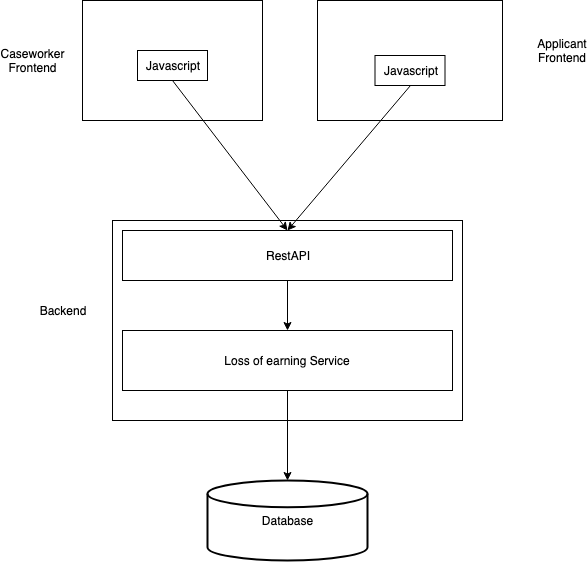
Above: img/architecture-model.png in silvanadrian/SE2019-Project (draw.io), before the change. Source tidied: cells renumbered, new cells last; positions are measured from the earlier drawing's top-left corner, leaving out a move shared by most shapes. Its diagram source:
```xml
<mxGraphModel>
  <root>
    <mxCell id="0" />
    <mxCell id="1" parent="0" />
    <mxCell id="2" style="rounded=0;whiteSpace=wrap;html=1;" parent="1" vertex="1">
      <mxGeometry x="100" y="220" width="350" height="200" as="geometry" />
    </mxCell>
    <mxCell id="3" value="Backend" style="text;html=1;strokeColor=none;fillColor=none;align=center;verticalAlign=middle;whiteSpace=wrap;rounded=0;" parent="1" vertex="1">
      <mxGeometry x="30" y="300" width="40" height="20" as="geometry" />
    </mxCell>
    <mxCell id="4" style="rounded=0;whiteSpace=wrap;html=1;" parent="1" vertex="1">
      <mxGeometry x="70" width="180" height="120" as="geometry" />
    </mxCell>
    <mxCell id="5" style="rounded=0;whiteSpace=wrap;html=1;" parent="1" vertex="1">
      <mxGeometry x="305" width="185" height="120" as="geometry" />
    </mxCell>
    <mxCell id="6" value="Caseworker&lt;br&gt;Frontend&lt;br&gt;" style="text;html=1;strokeColor=none;fillColor=none;align=center;verticalAlign=middle;whiteSpace=wrap;rounded=0;" parent="1" vertex="1">
      <mxGeometry y="50" width="40" height="20" as="geometry" />
    </mxCell>
    <mxCell id="7" value="Applicant&lt;br&gt;Frontend&lt;br&gt;" style="text;html=1;strokeColor=none;fillColor=none;align=center;verticalAlign=middle;whiteSpace=wrap;rounded=0;" parent="1" vertex="1">
      <mxGeometry x="530" y="40" width="40" height="20" as="geometry" />
    </mxCell>
    <mxCell id="8" value="RestAPI" style="rounded=0;whiteSpace=wrap;html=1;" parent="1" vertex="1">
      <mxGeometry x="110" y="230" width="330" height="50" as="geometry" />
    </mxCell>
    <mxCell id="9" value="Database" style="strokeWidth=2;html=1;shape=mxgraph.flowchart.database;whiteSpace=wrap;" parent="1" vertex="1">
      <mxGeometry x="195" y="480" width="160" height="80" as="geometry" />
    </mxCell>
    <mxCell id="10" value="Loss of earning Service" style="rounded=0;whiteSpace=wrap;html=1;" parent="1" vertex="1">
      <mxGeometry x="110" y="330" width="330" height="60" as="geometry" />
    </mxCell>
    <mxCell id="11" style="endArrow=classic;html=1;exitX=0.5;exitY=1;exitDx=0;exitDy=0;entryX=0.5;entryY=0;entryDx=0;entryDy=0;entryPerimeter=0;" parent="1" edge="1" source="10" target="9">
      <mxGeometry relative="1" as="geometry" />
    </mxCell>
    <mxCell id="12" style="endArrow=classic;html=1;exitX=0.5;exitY=1;exitDx=0;exitDy=0;entryX=0.5;entryY=0;entryDx=0;entryDy=0;" parent="1" edge="1" source="8" target="10">
      <mxGeometry relative="1" as="geometry" />
    </mxCell>
    <mxCell id="13" style="endArrow=classic;html=1;entryX=0.5;entryY=0;entryDx=0;entryDy=0;exitX=0.5;exitY=1;exitDx=0;exitDy=0;" parent="1" edge="1" source="15" target="8">
      <mxGeometry relative="1" as="geometry" />
    </mxCell>
    <mxCell id="14" style="endArrow=classic;html=1;exitX=0.5;exitY=1;exitDx=0;exitDy=0;entryX=0.5;entryY=0;entryDx=0;entryDy=0;" parent="1" edge="1" source="16" target="8">
      <mxGeometry relative="1" as="geometry" />
    </mxCell>
    <mxCell id="15" value="Javascript" style="rounded=0;whiteSpace=wrap;html=1;" parent="1" vertex="1">
      <mxGeometry x="125" y="50" width="70" height="30" as="geometry" />
    </mxCell>
    <mxCell id="16" value="Javascript" style="rounded=0;whiteSpace=wrap;html=1;" parent="1" vertex="1">
      <mxGeometry x="362.5" y="55" width="70" height="30" as="geometry" />
    </mxCell>
  </root>
</mxGraphModel>
```
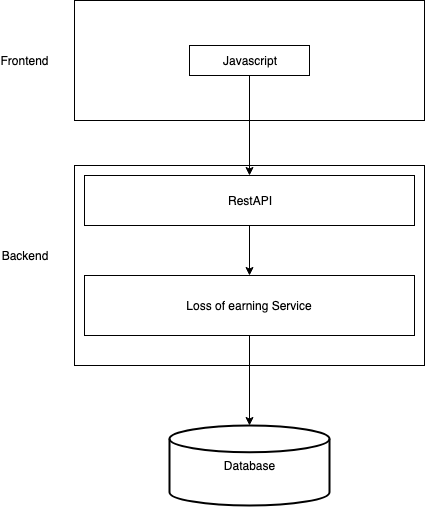
After the commit.

The edit, as a diff of the source:
```diff
@@ -9,43 +9,31 @@
       <mxGeometry x="30" y="300" width="40" height="20" as="geometry" />
     </mxCell>
     <mxCell id="4" style="rounded=0;whiteSpace=wrap;html=1;" parent="1" vertex="1">
-      <mxGeometry x="70" width="180" height="120" as="geometry" />
+      <mxGeometry x="100" y="55" width="350" height="120" as="geometry" />
     </mxCell>
-    <mxCell id="5" style="rounded=0;whiteSpace=wrap;html=1;" parent="1" vertex="1">
-      <mxGeometry x="305" width="185" height="120" as="geometry" />
+    <mxCell id="5" value="Frontend&lt;br&gt;" style="text;html=1;strokeColor=none;fillColor=none;align=center;verticalAlign=middle;whiteSpace=wrap;rounded=0;" parent="1" vertex="1">
+      <mxGeometry x="30" y="105" width="40" height="20" as="geometry" />
     </mxCell>
-    <mxCell id="6" value="Caseworker&lt;br&gt;Frontend&lt;br&gt;" style="text;html=1;strokeColor=none;fillColor=none;align=center;verticalAlign=middle;whiteSpace=wrap;rounded=0;" parent="1" vertex="1">
-      <mxGeometry y="50" width="40" height="20" as="geometry" />
+    <mxCell id="6" value="RestAPI" style="rounded=0;whiteSpace=wrap;html=1;" parent="1" vertex="1">
+      <mxGeometry x="110" y="230" width="330" height="50" as="geometry" />
     </mxCell>
-    <mxCell id="7" value="Applicant&lt;br&gt;Frontend&lt;br&gt;" style="text;html=1;strokeColor=none;fillColor=none;align=center;verticalAlign=middle;whiteSpace=wrap;rounded=0;" parent="1" vertex="1">
-      <mxGeometry x="530" y="40" width="40" height="20" as="geometry" />
+    <mxCell id="7" value="Database" style="strokeWidth=2;html=1;shape=mxgraph.flowchart.database;whiteSpace=wrap;" parent="1" vertex="1">
+      <mxGeometry x="195" y="480" width="160" height="80" as="geometry" />
     </mxCell>
-    <mxCell id="8" value="RestAPI" style="rounded=0;whiteSpace=wrap;html=1;" parent="1" vertex="1">
-      <mxGeometry x="110" y="230" width="330" height="50" as="geometry" />
+    <mxCell id="8" value="Loss of earning Service" style="rounded=0;whiteSpace=wrap;html=1;" parent="1" vertex="1">
+      <mxGeometry x="110" y="330" width="330" height="60" as="geometry" />
     </mxCell>
-    <mxCell id="9" value="Database" style="strokeWidth=2;html=1;shape=mxgraph.flowchart.database;whiteSpace=wrap;" parent="1" vertex="1">
-      <mxGeometry x="195" y="480" width="160" height="80" as="geometry" />
+    <mxCell id="9" style="endArrow=classic;html=1;exitX=0.5;exitY=1;exitDx=0;exitDy=0;entryX=0.5;entryY=0;entryDx=0;entryDy=0;entryPerimeter=0;" parent="1" edge="1" source="8" target="7">
+      <mxGeometry relative="1" as="geometry" />
     </mxCell>
-    <mxCell id="10" value="Loss of earning Service" style="rounded=0;whiteSpace=wrap;html=1;" parent="1" vertex="1">
-      <mxGeometry x="110" y="330" width="330" height="60" as="geometry" />
+    <mxCell id="10" style="endArrow=classic;html=1;exitX=0.5;exitY=1;exitDx=0;exitDy=0;entryX=0.5;entryY=0;entryDx=0;entryDy=0;" parent="1" edge="1" source="6" target="8">
+      <mxGeometry relative="1" as="geometry" />
     </mxCell>
-    <mxCell id="11" style="endArrow=classic;html=1;exitX=0.5;exitY=1;exitDx=0;exitDy=0;entryX=0.5;entryY=0;entryDx=0;entryDy=0;entryPerimeter=0;" parent="1" edge="1" source="10" target="9">
+    <mxCell id="11" style="endArrow=classic;html=1;exitX=0.5;exitY=1;exitDx=0;exitDy=0;entryX=0.5;entryY=0;entryDx=0;entryDy=0;" parent="1" edge="1" source="12" target="6">
       <mxGeometry relative="1" as="geometry" />
     </mxCell>
-    <mxCell id="12" style="endArrow=classic;html=1;exitX=0.5;exitY=1;exitDx=0;exitDy=0;entryX=0.5;entryY=0;entryDx=0;entryDy=0;" parent="1" edge="1" source="8" target="10">
-      <mxGeometry relative="1" as="geometry" />
+    <mxCell id="12" value="Javascript" style="rounded=0;whiteSpace=wrap;html=1;" parent="1" vertex="1">
+      <mxGeometry x="215" y="100" width="120" height="30" as="geometry" />
     </mxCell>
-    <mxCell id="13" style="endArrow=classic;html=1;entryX=0.5;entryY=0;entryDx=0;entryDy=0;exitX=0.5;exitY=1;exitDx=0;exitDy=0;" parent="1" edge="1" source="15" target="8">
-      <mxGeometry relative="1" as="geometry" />
-    </mxCell>
-    <mxCell id="14" style="endArrow=classic;html=1;exitX=0.5;exitY=1;exitDx=0;exitDy=0;entryX=0.5;entryY=0;entryDx=0;entryDy=0;" parent="1" edge="1" source="16" target="8">
-      <mxGeometry relative="1" as="geometry" />
-    </mxCell>
-    <mxCell id="15" value="Javascript" style="rounded=0;whiteSpace=wrap;html=1;" parent="1" vertex="1">
-      <mxGeometry x="125" y="50" width="70" height="30" as="geometry" />
-    </mxCell>
-    <mxCell id="16" value="Javascript" style="rounded=0;whiteSpace=wrap;html=1;" parent="1" vertex="1">
-      <mxGeometry x="362.5" y="55" width="70" height="30" as="geometry" />
-    </mxCell>
   </root>
 </mxGraphModel>
```
